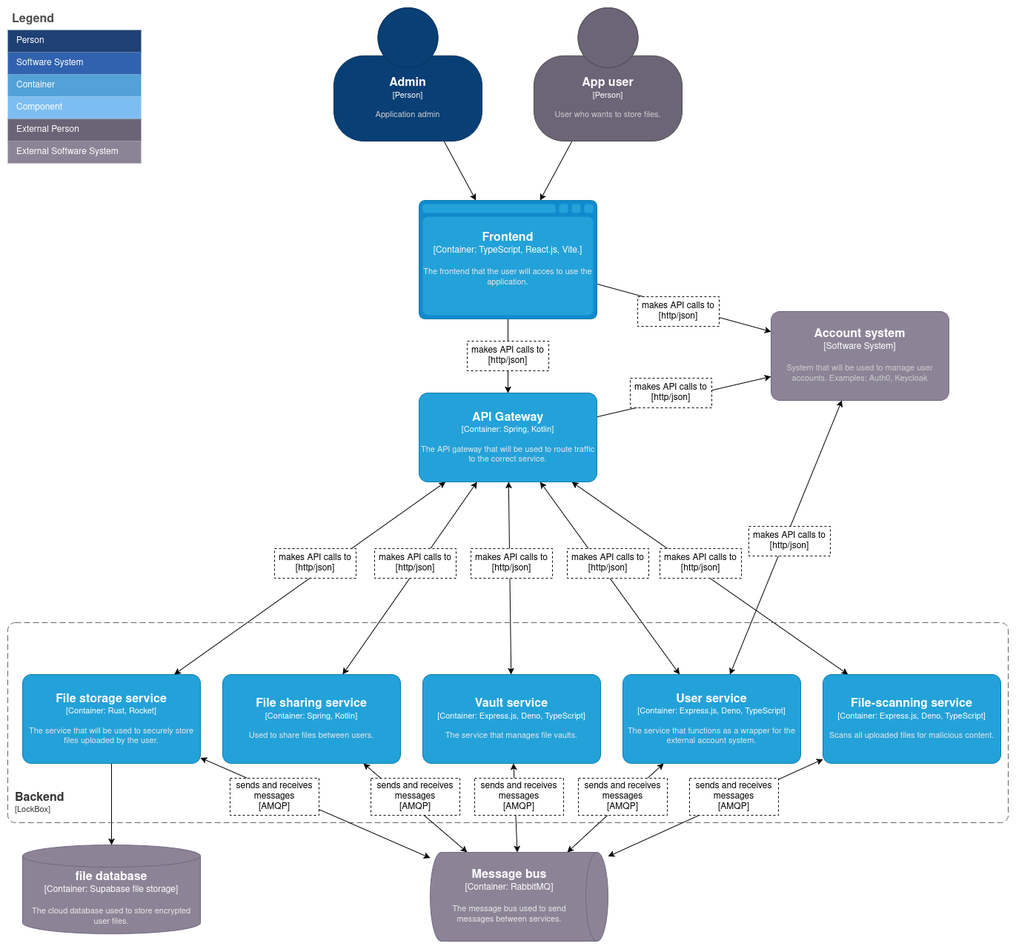
rikdgd/rikdegoede-s6-docs keeps this draw.io diagram as docs/Application-Design/C2-LockBox.png. Above is the earlier version. Source tidied: cells renumbered, new cells last; positions are measured from the earlier drawing's top-left corner, leaving out a move shared by most shapes.
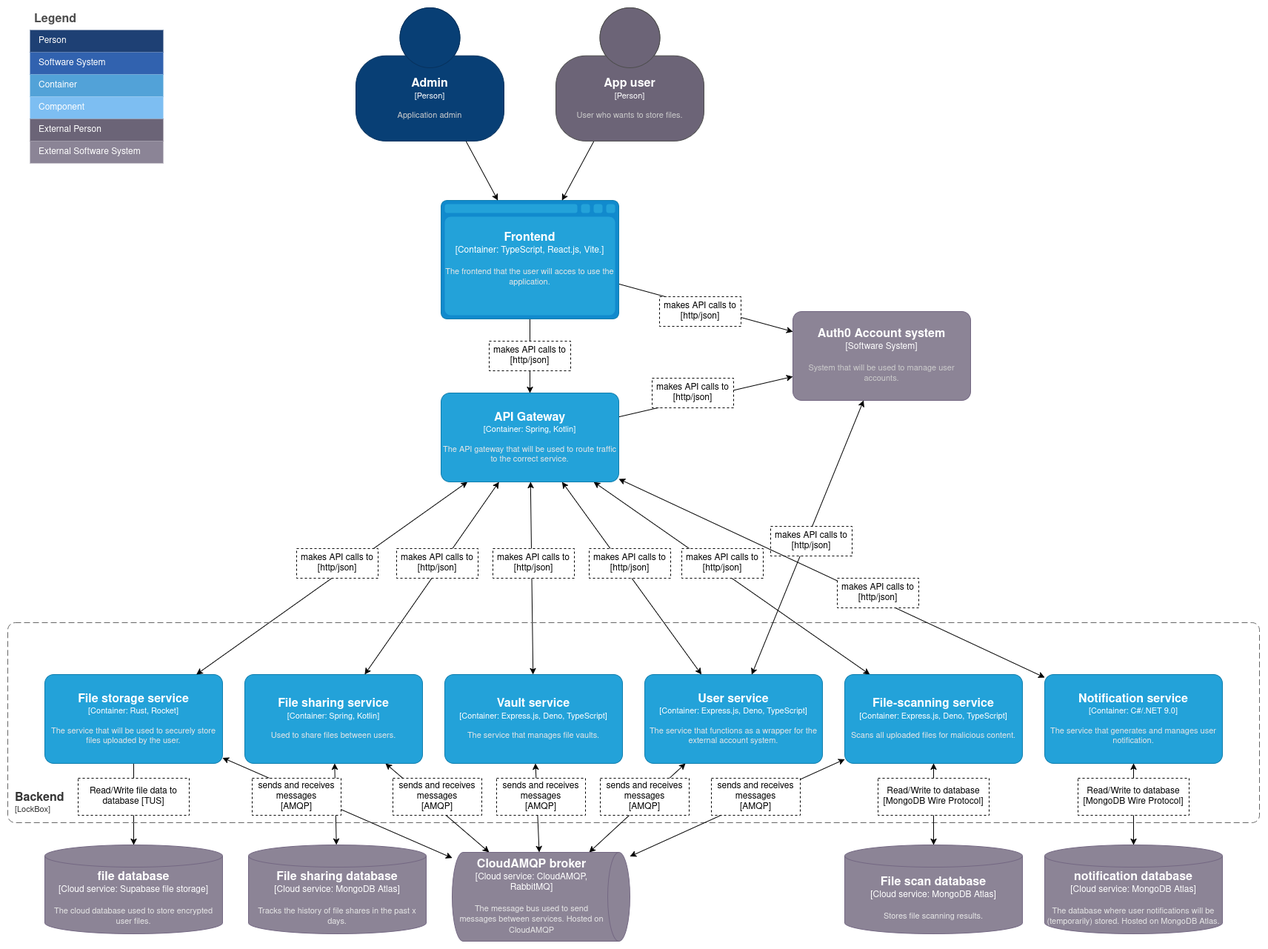
After the change.

Change to the diagram source:
```diff
@@ -2,7 +2,7 @@
   <root>
     <mxCell id="0" />
     <mxCell id="1" parent="0" />
-    <object id="2" label="&lt;font style=&quot;font-size: 16px&quot;&gt;&lt;b&gt;%c4Name%&lt;/b&gt;&lt;/font&gt;&lt;div&gt;[%c4Type%]&lt;/div&gt;&lt;br&gt;&lt;div&gt;&lt;font style=&quot;font-size: 11px&quot;&gt;&lt;font color=&quot;#cccccc&quot;&gt;%c4Description%&lt;/font&gt;&lt;/div&gt;" c4Description="System that will be used to manage user accounts. Examples: Auth0, Keycloak" c4Name="Account system" c4Type="Software System" placeholders="1">
+    <object id="2" label="&lt;font style=&quot;font-size: 16px&quot;&gt;&lt;b&gt;%c4Name%&lt;/b&gt;&lt;/font&gt;&lt;div&gt;[%c4Type%]&lt;/div&gt;&lt;br&gt;&lt;div&gt;&lt;font style=&quot;font-size: 11px&quot;&gt;&lt;font color=&quot;#cccccc&quot;&gt;%c4Description%&lt;/font&gt;&lt;/div&gt;" c4Description="System that will be used to manage user accounts." c4Name="Auth0 Account system" c4Type="Software System" placeholders="1">
       <mxCell style="rounded=1;whiteSpace=wrap;html=1;labelBackgroundColor=none;fillColor=#8C8496;fontColor=#ffffff;align=center;arcSize=10;strokeColor=#736782;points=[[0.25,0,0],[0.5,0,0],[0.75,0,0],[1,0.25,0],[1,0.5,0],[1,0.75,0],[0.75,1,0],[0.5,1,0],[0.25,1,0],[0,0.75,0],[0,0.5,0],[0,0.25,0]];" parent="1" vertex="1">
         <mxGeometry x="1030" y="410" width="240" height="120" as="geometry" />
       </mxCell>
@@ -51,7 +51,7 @@
     </object>
     <object id="15" label="&lt;font style=&quot;font-size: 16px&quot;&gt;&lt;b&gt;&lt;div style=&quot;text-align: left&quot;&gt;%c4Name%&lt;/div&gt;&lt;/b&gt;&lt;/font&gt;&lt;div style=&quot;text-align: left&quot;&gt;[%c4Application%]&lt;/div&gt;" c4Application="LockBox" c4Name="Backend" c4Type="SystemScopeBoundary" placeholders="1">
       <mxCell style="rounded=1;fontSize=11;whiteSpace=wrap;html=1;dashed=1;arcSize=20;fillColor=none;strokeColor=#666666;fontColor=#333333;labelBackgroundColor=none;align=left;verticalAlign=bottom;labelBorderColor=none;spacingTop=0;spacing=10;dashPattern=8 4;perimeter=rectanglePerimeter;noLabel=0;labelPadding=0;absoluteArcSize=1;" parent="1" vertex="1">
-        <mxGeometry y="830" width="1350" height="270" as="geometry" />
+        <mxGeometry x="-30" y="830" width="1690" height="270" as="geometry" />
       </mxCell>
     </object>
     <mxCell id="16" style="rounded=0;jettySize=auto;html=1;startArrow=classic;startFill=1;" parent="1" edge="1" source="20" target="22">
@@ -66,7 +66,7 @@
     <mxCell id="19" style="rounded=0;jettySize=auto;html=1;startArrow=classic;startFill=1;" parent="1" edge="1" source="20" target="4">
       <mxGeometry relative="1" as="geometry" />
     </mxCell>
-    <object id="20" label="&lt;font style=&quot;font-size: 16px&quot;&gt;&lt;b&gt;%c4Name%&lt;/b&gt;&lt;/font&gt;&lt;div&gt;[%c4Type%:&amp;nbsp;%c4Technology%]&lt;/div&gt;&lt;br&gt;&lt;div&gt;&lt;font style=&quot;font-size: 11px&quot;&gt;&lt;font color=&quot;#E6E6E6&quot;&gt;%c4Description%&lt;/font&gt;&lt;/div&gt;" c4Description="The message bus used to send messages between services." c4Name="Message bus" c4Technology="RabbitMQ" c4Type="Container" placeholders="1">
+    <object id="20" label="&lt;font style=&quot;font-size: 16px&quot;&gt;&lt;b&gt;%c4Name%&lt;/b&gt;&lt;/font&gt;&lt;div&gt;[%c4Type%:&amp;nbsp;%c4Technology%]&lt;/div&gt;&lt;br&gt;&lt;div&gt;&lt;font style=&quot;font-size: 11px&quot;&gt;&lt;font color=&quot;#E6E6E6&quot;&gt;%c4Description%&lt;/font&gt;&lt;/div&gt;" c4Description="The message bus used to send messages between services. Hosted on CloudAMQP" c4Name="CloudAMQP broker" c4Technology="CloudAMQP, RabbitMQ" c4Type="Cloud service" placeholders="1">
       <mxCell style="shape=cylinder3;size=15;direction=south;whiteSpace=wrap;html=1;boundedLbl=1;rounded=0;labelBackgroundColor=none;fillColor=#8C8496;fontSize=12;fontColor=#ffffff;align=center;strokeColor=#736782;points=[[0.5,0,0],[1,0.25,0],[1,0.5,0],[1,0.75,0],[0.5,1,0],[0,0.75,0],[0,0.5,0],[0,0.25,0]];" parent="1" vertex="1">
         <mxGeometry x="570" y="1140" width="240" height="120" as="geometry" />
       </mxCell>
@@ -101,9 +101,6 @@
     <mxCell id="28" value="makes API calls to&lt;br&gt;[http/json]" style="rounded=0;whiteSpace=wrap;html=1;dashed=1;" parent="1" vertex="1">
       <mxGeometry x="1000" y="700" width="110" height="40" as="geometry" />
     </mxCell>
-    <mxCell id="29" value="sends and receives messages&lt;br&gt;[AMQP]" style="rounded=0;whiteSpace=wrap;html=1;dashed=1;" parent="1" vertex="1">
-      <mxGeometry x="300" y="1040" width="120" height="50" as="geometry" />
-    </mxCell>
     <mxCell id="30" value="sends and receives messages&lt;br&gt;[AMQP]" style="rounded=0;whiteSpace=wrap;html=1;dashed=1;" parent="1" vertex="1">
       <mxGeometry x="490" y="1040" width="120" height="50" as="geometry" />
     </mxCell>
@@ -129,7 +126,7 @@
         <mxGeometry x="710" width="200" height="180" as="geometry" />
       </mxCell>
     </object>
-    <object id="37" label="&lt;font style=&quot;font-size: 16px&quot;&gt;&lt;b&gt;%c4Name%&lt;/b&gt;&lt;/font&gt;&lt;div&gt;[%c4Type%:&amp;nbsp;%c4Technology%]&lt;/div&gt;&lt;br&gt;&lt;div&gt;&lt;font style=&quot;font-size: 11px&quot;&gt;&lt;font color=&quot;#E6E6E6&quot;&gt;%c4Description%&lt;/font&gt;&lt;/div&gt;" c4Description="The cloud database used to store encrypted user files." c4Name="file database" c4Technology="Supabase file storage" c4Type="Container" placeholders="1">
+    <object id="37" label="&lt;font style=&quot;font-size: 16px&quot;&gt;&lt;b&gt;%c4Name%&lt;/b&gt;&lt;/font&gt;&lt;div&gt;[%c4Type%:&amp;nbsp;%c4Technology%]&lt;/div&gt;&lt;br&gt;&lt;div&gt;&lt;font style=&quot;font-size: 11px&quot;&gt;&lt;font color=&quot;#E6E6E6&quot;&gt;%c4Description%&lt;/font&gt;&lt;/div&gt;" c4Description="The cloud database used to store encrypted user files." c4Name="file database" c4Technology="Supabase file storage" c4Type="Cloud service" placeholders="1">
       <mxCell style="shape=cylinder3;size=15;whiteSpace=wrap;html=1;boundedLbl=1;rounded=0;labelBackgroundColor=none;fillColor=#8C8496;fontSize=12;fontColor=#ffffff;align=center;strokeColor=#736782;points=[[0.5,0,0],[1,0.25,0],[1,0.5,0],[1,0.75,0],[0.5,1,0],[0,0.75,0],[0,0.5,0],[0,0.25,0]];" parent="1" vertex="1">
         <mxGeometry x="20" y="1130" width="240" height="120" as="geometry" />
       </mxCell>
@@ -188,6 +185,9 @@
     <mxCell id="55" style="rounded=0;jettySize=auto;html=1;startArrow=classic;startFill=1;" parent="1" edge="1" source="56" target="20">
       <mxGeometry relative="1" as="geometry" />
     </mxCell>
+    <mxCell id="59" style="edgeStyle=orthogonalEdgeStyle;rounded=0;jettySize=auto;html=1;startArrow=classic;startFill=1;" parent="1" edge="1" source="56" target="66">
+      <mxGeometry relative="1" as="geometry" />
+    </mxCell>
     <object id="56" label="&lt;font style=&quot;font-size: 16px&quot;&gt;&lt;b&gt;%c4Name%&lt;/b&gt;&lt;/font&gt;&lt;div&gt;[%c4Type%: %c4Technology%]&lt;/div&gt;&lt;br&gt;&lt;div&gt;&lt;font style=&quot;font-size: 11px&quot;&gt;&lt;font color=&quot;#E6E6E6&quot;&gt;%c4Description%&lt;/font&gt;&lt;/div&gt;" c4Description="Scans all uploaded files for malicious content." c4Name="File-scanning service" c4Technology="Express.js, Deno, TypeScript" c4Type="Container" placeholders="1">
       <mxCell style="rounded=1;whiteSpace=wrap;html=1;fontSize=11;labelBackgroundColor=none;fillColor=#23A2D9;fontColor=#ffffff;align=center;arcSize=10;strokeColor=#0E7DAD;points=[[0.25,0,0],[0.5,0,0],[0.75,0,0],[1,0.25,0],[1,0.5,0],[1,0.75,0],[0.75,1,0],[0.5,1,0],[0.25,1,0],[0,0.75,0],[0,0.5,0],[0,0.25,0]];" parent="1" vertex="1">
         <mxGeometry x="1100" y="900" width="240" height="120" as="geometry" />
@@ -199,5 +199,49 @@
     <mxCell id="58" value="makes API calls to&lt;br&gt;[http/json]" style="rounded=0;whiteSpace=wrap;html=1;dashed=1;" parent="1" vertex="1">
       <mxGeometry x="880" y="730" width="110" height="40" as="geometry" />
     </mxCell>
+    <object id="60" label="&lt;font style=&quot;font-size: 16px&quot;&gt;&lt;b&gt;%c4Name%&lt;/b&gt;&lt;/font&gt;&lt;div&gt;[%c4Type%:&amp;nbsp;%c4Technology%]&lt;/div&gt;&lt;br&gt;&lt;div&gt;&lt;font style=&quot;font-size: 11px&quot;&gt;&lt;font color=&quot;#E6E6E6&quot;&gt;%c4Description%&lt;/font&gt;&lt;/div&gt;" c4Description="The database where user notifications will be (temporarily) stored. Hosted on MongoDB Atlas." c4Name="notification database" c4Technology="MongoDB Atlas" c4Type="Cloud service" placeholders="1">
+      <mxCell style="shape=cylinder3;size=15;whiteSpace=wrap;html=1;boundedLbl=1;rounded=0;labelBackgroundColor=none;fillColor=#8C8496;fontSize=12;fontColor=#ffffff;align=center;strokeColor=#736782;points=[[0.5,0,0],[1,0.25,0],[1,0.5,0],[1,0.75,0],[0.5,1,0],[0,0.75,0],[0,0.5,0],[0,0.25,0]];" parent="1" vertex="1">
+        <mxGeometry x="1370" y="1130" width="240" height="120" as="geometry" />
+      </mxCell>
+    </object>
+    <mxCell id="61" style="rounded=0;jettySize=auto;html=1;startArrow=classic;startFill=1;" parent="1" edge="1" source="63" target="14">
+      <mxGeometry relative="1" as="geometry" />
+    </mxCell>
+    <mxCell id="62" style="edgeStyle=orthogonalEdgeStyle;rounded=0;jettySize=auto;html=1;startArrow=classic;startFill=1;" parent="1" edge="1" source="63" target="60">
+      <mxGeometry relative="1" as="geometry" />
+    </mxCell>
+    <object id="63" label="&lt;font style=&quot;font-size: 16px&quot;&gt;&lt;b&gt;%c4Name%&lt;/b&gt;&lt;/font&gt;&lt;div&gt;[%c4Type%: %c4Technology%]&lt;/div&gt;&lt;br&gt;&lt;div&gt;&lt;font style=&quot;font-size: 11px&quot;&gt;&lt;font color=&quot;#E6E6E6&quot;&gt;%c4Description%&lt;/font&gt;&lt;/div&gt;" c4Description="The service that generates and manages user notification." c4Name="Notification service" c4Technology="C#/.NET 9.0" c4Type="Container" placeholders="1">
+      <mxCell style="rounded=1;whiteSpace=wrap;html=1;fontSize=11;labelBackgroundColor=none;fillColor=#23A2D9;fontColor=#ffffff;align=center;arcSize=10;strokeColor=#0E7DAD;points=[[0.25,0,0],[0.5,0,0],[0.75,0,0],[1,0.25,0],[1,0.5,0],[1,0.75,0],[0.75,1,0],[0.5,1,0],[0.25,1,0],[0,0.75,0],[0,0.5,0],[0,0.25,0]];" parent="1" vertex="1">
+        <mxGeometry x="1370" y="900" width="240" height="120" as="geometry" />
+      </mxCell>
+    </object>
+    <mxCell id="64" value="makes API calls to&lt;br&gt;[http/json]" style="rounded=0;whiteSpace=wrap;html=1;dashed=1;" parent="1" vertex="1">
+      <mxGeometry x="1090" y="770" width="110" height="40" as="geometry" />
+    </mxCell>
+    <mxCell id="65" value="Read/Write to database [MongoDB Wire Protocol]" style="rounded=0;whiteSpace=wrap;html=1;dashed=1;" parent="1" vertex="1">
+      <mxGeometry x="1415" y="1040" width="150" height="50" as="geometry" />
+    </mxCell>
+    <object id="66" label="&lt;font style=&quot;font-size: 16px&quot;&gt;&lt;b&gt;%c4Name%&lt;/b&gt;&lt;/font&gt;&lt;div&gt;[%c4Type%:&amp;nbsp;%c4Technology%]&lt;/div&gt;&lt;br&gt;&lt;div&gt;&lt;font style=&quot;font-size: 11px&quot;&gt;&lt;font color=&quot;#E6E6E6&quot;&gt;%c4Description%&lt;/font&gt;&lt;/div&gt;" c4Description="Stores file scanning results." c4Name="File scan database" c4Technology="MongoDB Atlas" c4Type="Cloud service" placeholders="1">
+      <mxCell style="shape=cylinder3;size=15;whiteSpace=wrap;html=1;boundedLbl=1;rounded=0;labelBackgroundColor=none;fillColor=#8C8496;fontSize=12;fontColor=#ffffff;align=center;strokeColor=#736782;points=[[0.5,0,0],[1,0.25,0],[1,0.5,0],[1,0.75,0],[0.5,1,0],[0,0.75,0],[0,0.5,0],[0,0.25,0]];" parent="1" vertex="1">
+        <mxGeometry x="1100" y="1130" width="240" height="120" as="geometry" />
+      </mxCell>
+    </object>
+    <mxCell id="67" style="rounded=0;jettySize=auto;html=1;startArrow=classic;startFill=1;" parent="1" edge="1" source="68" target="23">
+      <mxGeometry relative="1" as="geometry" />
+    </mxCell>
+    <object id="68" label="&lt;font style=&quot;font-size: 16px&quot;&gt;&lt;b&gt;%c4Name%&lt;/b&gt;&lt;/font&gt;&lt;div&gt;[%c4Type%:&amp;nbsp;%c4Technology%]&lt;/div&gt;&lt;br&gt;&lt;div&gt;&lt;font style=&quot;font-size: 11px&quot;&gt;&lt;font color=&quot;#E6E6E6&quot;&gt;%c4Description%&lt;/font&gt;&lt;/div&gt;" c4Description="Tracks the history of file shares in the past x days." c4Name="File sharing database" c4Technology="MongoDB Atlas" c4Type="Cloud service" placeholders="1">
+      <mxCell style="shape=cylinder3;size=15;whiteSpace=wrap;html=1;boundedLbl=1;rounded=0;labelBackgroundColor=none;fillColor=#8C8496;fontSize=12;fontColor=#ffffff;align=center;strokeColor=#736782;points=[[0.5,0,0],[1,0.25,0],[1,0.5,0],[1,0.75,0],[0.5,1,0],[0,0.75,0],[0,0.5,0],[0,0.25,0]];" parent="1" vertex="1">
+        <mxGeometry x="295" y="1130" width="240" height="120" as="geometry" />
+      </mxCell>
+    </object>
+    <mxCell id="69" value="Read/Write to database [MongoDB Wire Protocol]" style="rounded=0;whiteSpace=wrap;html=1;dashed=1;" parent="1" vertex="1">
+      <mxGeometry x="1145" y="1040" width="150" height="50" as="geometry" />
+    </mxCell>
+    <mxCell id="29" value="sends and receives messages&lt;br&gt;[AMQP]" style="rounded=0;whiteSpace=wrap;html=1;dashed=1;" parent="1" vertex="1">
+      <mxGeometry x="300" y="1040" width="120" height="50" as="geometry" />
+    </mxCell>
+    <mxCell id="70" value="Read/Write file data to database [TUS]" style="rounded=0;whiteSpace=wrap;html=1;dashed=1;" parent="1" vertex="1">
+      <mxGeometry x="65" y="1040" width="150" height="50" as="geometry" />
+    </mxCell>
   </root>
 </mxGraphModel>
```
